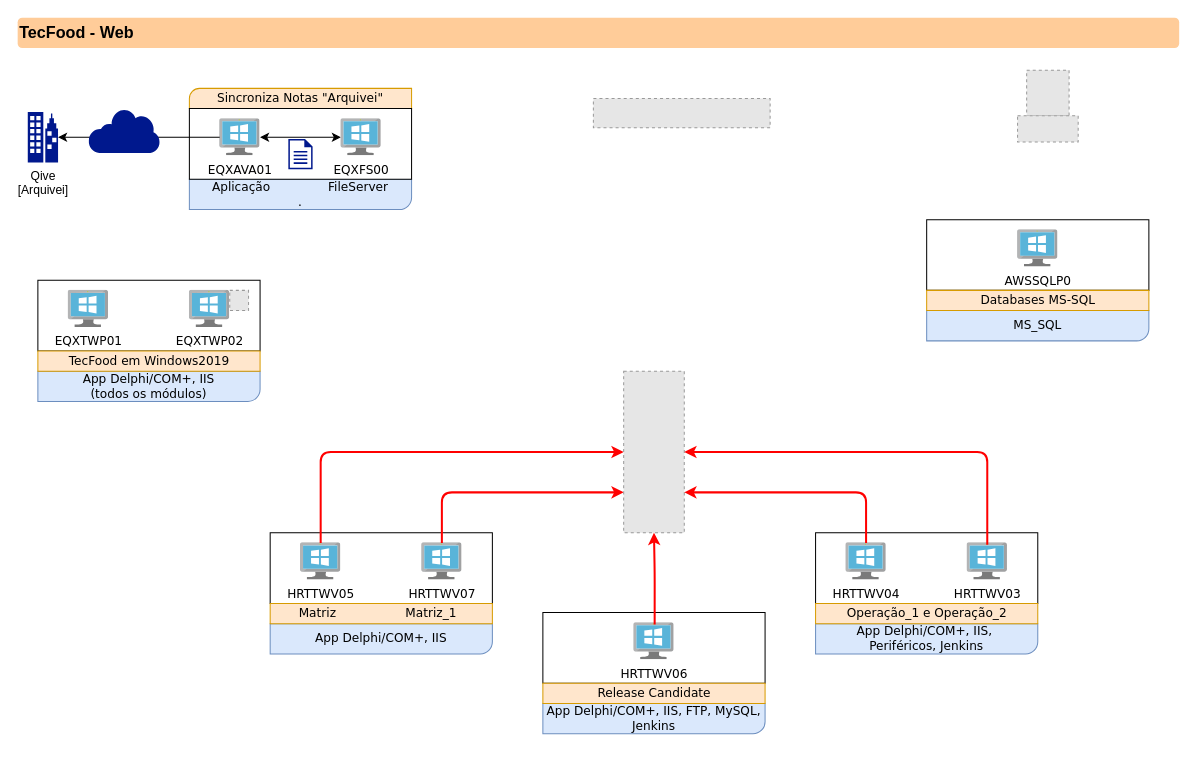
Above: TecFoodWeb1.drawio in JIRSCHIK/GRSA-AWS (draw.io), before the change. Source tidied: cells renumbered, new cells numbered last; positions are measured from the earlier drawing's top-left corner, leaving out a move shared by most shapes. Both pictures are drawn from the tidied source at 101%, with x=0, y=0 at pixel (17, 17). Pictures stored in the file or linked from it are replaced by grey dashed boxes.
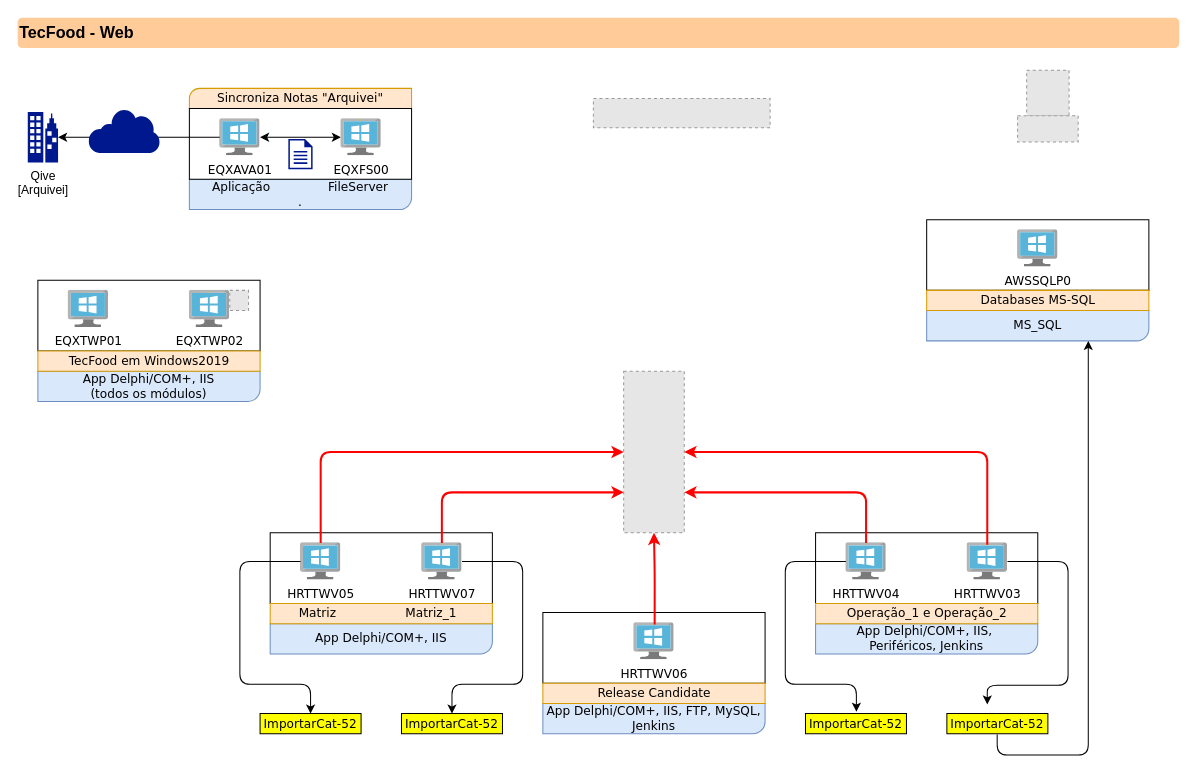
After the change.

Unchanged cells that the change refers to:
```xml
<mxCell id="22" value="&lt;font face=&quot;Verdana&quot;&gt;HRTTWV05&lt;/font&gt;" style="image;sketch=0;html=1;points=[];align=center;fontSize=12;image=img/lib/mscae/VirtualMachineWindows.svg;rounded=1;" parent="20" vertex="1">
  <mxGeometry x="30" y="10" width="40" height="36.8" as="geometry" />
</mxCell>
<mxCell id="23" value="&lt;font face=&quot;Verdana&quot;&gt;HRTTWV07&lt;/font&gt;" style="image;sketch=0;html=1;points=[];align=center;fontSize=12;image=img/lib/mscae/VirtualMachineWindows.svg;rounded=1;" parent="20" vertex="1">
  <mxGeometry x="150" y="10" width="40" height="36.8" as="geometry" />
</mxCell>
<mxCell id="37" value="&lt;div&gt;&lt;font face=&quot;Verdana&quot;&gt;HRTTWV04&lt;/font&gt;&lt;/div&gt;" style="image;sketch=0;html=1;points=[];align=center;fontSize=12;image=img/lib/mscae/VirtualMachineWindows.svg;rounded=1;" parent="35" vertex="1">
  <mxGeometry x="30" y="10" width="40" height="36.8" as="geometry" />
</mxCell>
<mxCell id="38" value="&lt;div&gt;&lt;font face=&quot;Verdana&quot;&gt;HRTTWV03&lt;/font&gt;&lt;/div&gt;" style="image;sketch=0;html=1;points=[];align=center;fontSize=12;image=img/lib/mscae/VirtualMachineWindows.svg;rounded=1;" parent="35" vertex="1">
  <mxGeometry x="150" y="10" width="40" height="36.8" as="geometry" />
</mxCell>
```

The edit, as a diff of the source:
```diff
@@
+    <mxCell id="58" value="ImportarCat-52" style="verticalLabelPosition=middle;verticalAlign=middle;shape=mxgraph.basic.rect;fillColor2=none;strokeWidth=1;size=0;indent=0;rounded=1;labelPosition=center;align=center;fontFamily=Verdana;fontSize=12;fillColor=#FFFF00;fontColor=#000000;strokeColor=#000000;" parent="1" vertex="1">
+      <mxGeometry x="380" y="689" width="100" height="20" as="geometry" />
+    </mxCell>
+    <mxCell id="59" style="edgeStyle=orthogonalEdgeStyle;rounded=1;jettySize=auto;html=1;" parent="1" edge="1" source="23" target="58">
+      <mxGeometry relative="1" as="geometry">
+        <Array as="points">
+          <mxPoint x="500" y="538" />
+          <mxPoint x="500" y="660" />
+        </Array>
+      </mxGeometry>
+    </mxCell>
+    <mxCell id="60" value="ImportarCat-52" style="verticalLabelPosition=middle;verticalAlign=middle;shape=mxgraph.basic.rect;fillColor2=none;strokeWidth=1;size=0;indent=0;rounded=1;labelPosition=center;align=center;fontFamily=Verdana;fontSize=12;fillColor=#FFFF00;fontColor=#000000;strokeColor=#000000;" parent="1" vertex="1">
+      <mxGeometry x="240" y="689" width="100" height="20" as="geometry" />
+    </mxCell>
+    <mxCell id="61" style="edgeStyle=orthogonalEdgeStyle;rounded=1;jettySize=auto;html=1;" parent="1" edge="1" source="22" target="60">
+      <mxGeometry relative="1" as="geometry">
+        <Array as="points">
+          <mxPoint x="220" y="538" />
+          <mxPoint x="220" y="660" />
+        </Array>
+      </mxGeometry>
+    </mxCell>
+    <mxCell id="62" value="ImportarCat-52" style="verticalLabelPosition=middle;verticalAlign=middle;shape=mxgraph.basic.rect;fillColor2=none;strokeWidth=1;size=0;indent=0;rounded=1;labelPosition=center;align=center;fontFamily=Verdana;fontSize=12;fillColor=#FFFF00;fontColor=#000000;strokeColor=#000000;" parent="1" vertex="1">
+      <mxGeometry x="780" y="689" width="100" height="20" as="geometry" />
+    </mxCell>
+    <mxCell id="63" style="edgeStyle=orthogonalEdgeStyle;rounded=1;jettySize=auto;html=1;entryX=0.504;entryY=-0.09;entryDx=0;entryDy=0;entryPerimeter=0;" parent="1" edge="1" source="37" target="62">
+      <mxGeometry relative="1" as="geometry">
+        <Array as="points">
+          <mxPoint x="760" y="538" />
+          <mxPoint x="760" y="660" />
+          <mxPoint x="830" y="660" />
+        </Array>
+      </mxGeometry>
+    </mxCell>
+    <mxCell id="64" value="ImportarCat-52" style="verticalLabelPosition=middle;verticalAlign=middle;shape=mxgraph.basic.rect;fillColor2=none;strokeWidth=1;size=0;indent=0;rounded=1;labelPosition=center;align=center;fontFamily=Verdana;fontSize=12;fillColor=#FFFF00;fontColor=#000000;strokeColor=#000000;" parent="1" vertex="1">
+      <mxGeometry x="920" y="689" width="100" height="20" as="geometry" />
+    </mxCell>
+    <mxCell id="65" style="edgeStyle=orthogonalEdgeStyle;rounded=1;jettySize=auto;html=1;" parent="1" edge="1" source="38">
+      <mxGeometry relative="1" as="geometry">
+        <mxPoint x="960" y="680" as="targetPoint" />
+        <Array as="points">
+          <mxPoint x="1040" y="538" />
+          <mxPoint x="1040" y="661" />
+        </Array>
+      </mxGeometry>
+    </mxCell>
+    <mxCell id="66" style="edgeStyle=orthogonalEdgeStyle;rounded=1;jettySize=auto;html=1;exitX=0.498;exitY=1.036;exitDx=0;exitDy=0;exitPerimeter=0;" parent="1" edge="1" source="64">
+      <mxGeometry relative="1" as="geometry">
+        <mxPoint x="1060" y="320" as="targetPoint" />
+        <Array as="points">
+          <mxPoint x="970" y="730" />
+          <mxPoint x="1060" y="730" />
+        </Array>
+      </mxGeometry>
+    </mxCell>
```
